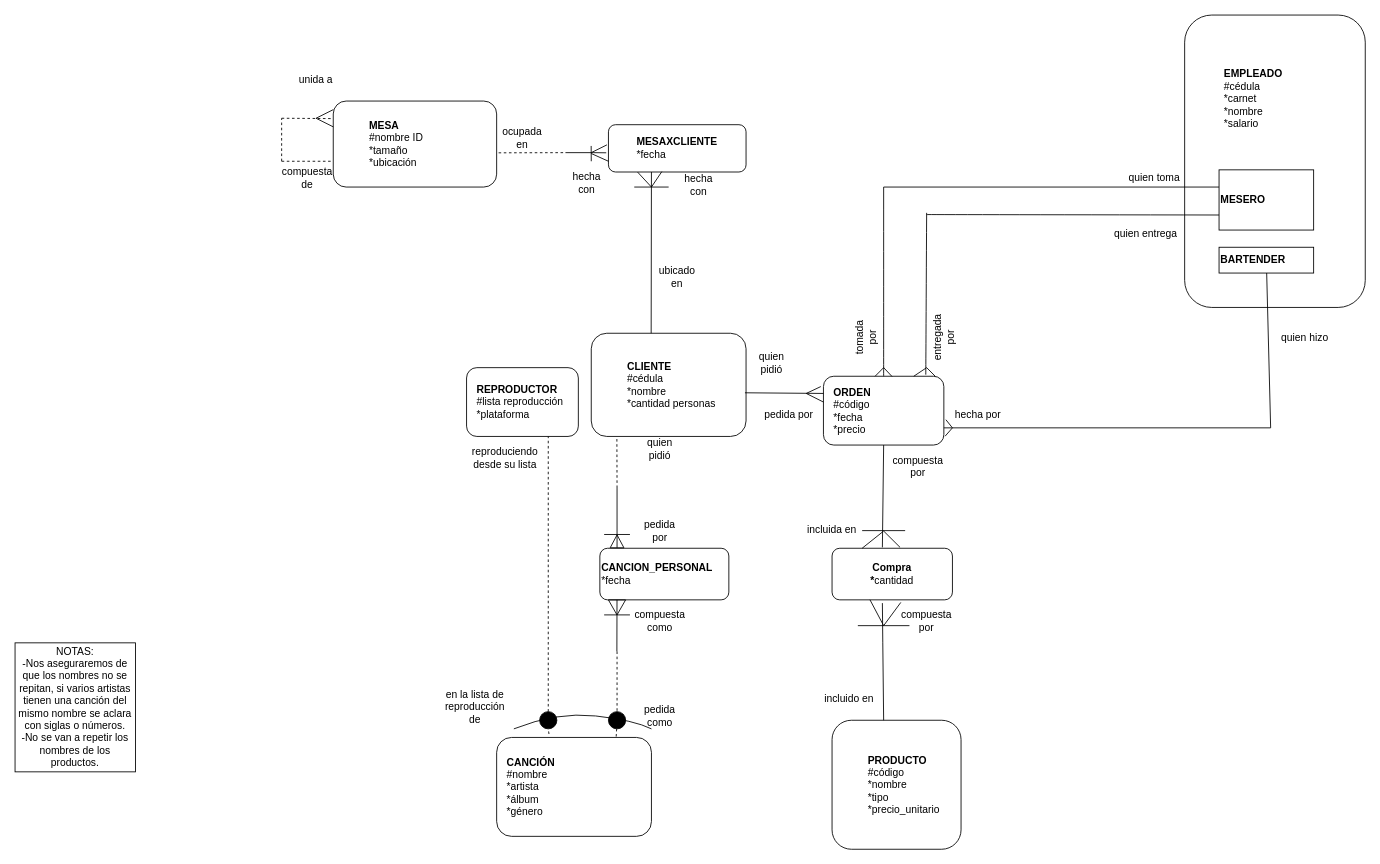
Above: Trabajo4/ModeloER.drawio in M1moreno/EntregasBD (draw.io), before the change. Source tidied: cells renumbered, new cells numbered last; positions are measured from the earlier drawing's top-left corner, leaving out a move shared by most shapes. Both pictures are drawn from the tidied source at 86%, with x=0, y=0 at pixel (15, 15). Pictures stored in the file or linked from it are replaced by grey dashed boxes.
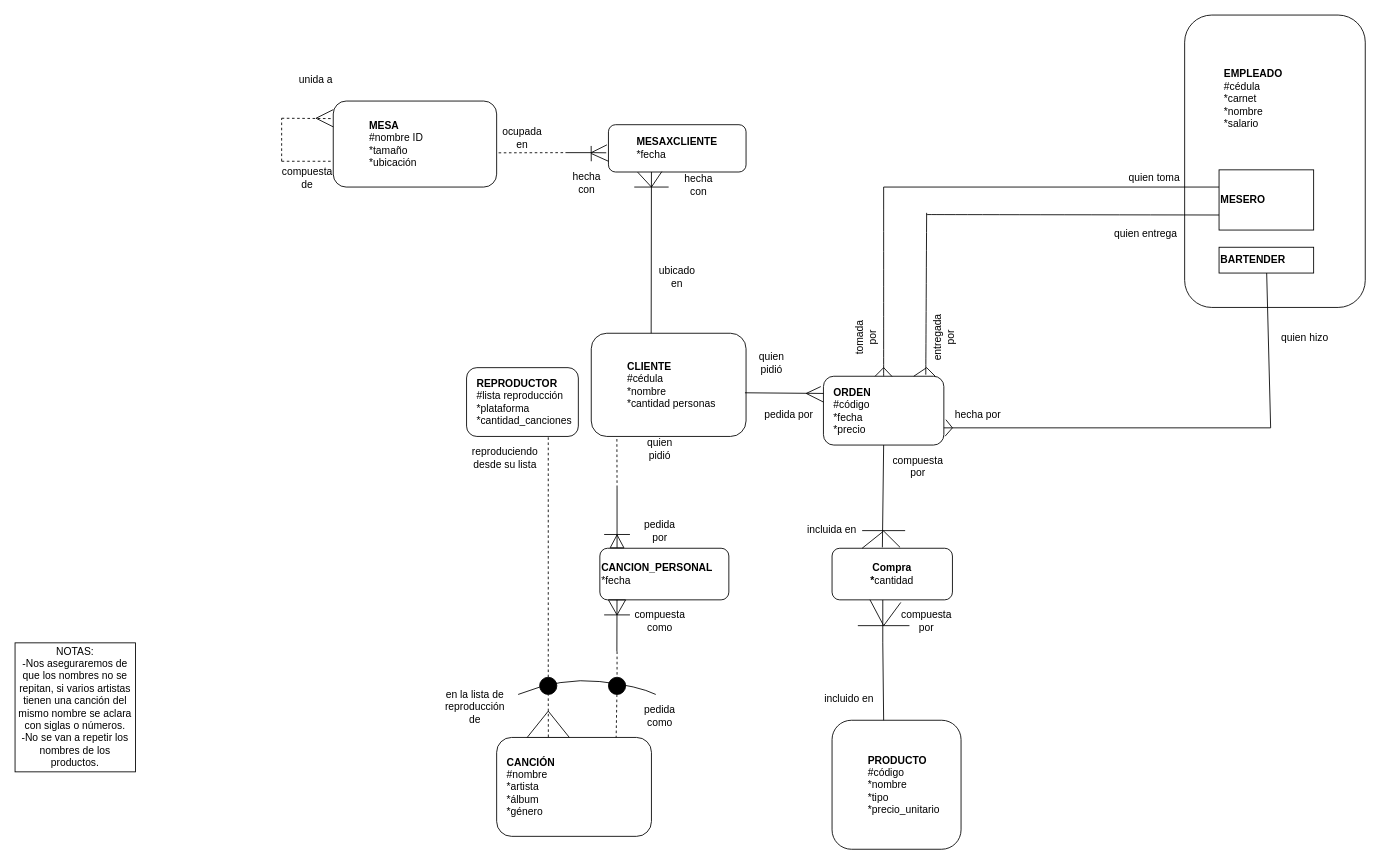
The same diagram, later.

The change refers to these unchanged cells:
```xml
<mxCell id="10" style="group;" parent="1" vertex="1">
  <mxGeometry x="525" y="410" width="130" height="80" as="geometry" />
</mxCell>
<mxCell id="17" style="rounded=1;whiteSpace=wrap;html=1;" parent="16" vertex="1">
  <mxGeometry width="180" height="115" as="geometry" />
</mxCell>
<mxCell id="68" value="&lt;b&gt;Compra&lt;br&gt;&lt;div style=&quot;text-align: left&quot;&gt;&lt;b&gt;*&lt;/b&gt;&lt;span style=&quot;font-weight: normal&quot;&gt;cantidad&lt;/span&gt;&lt;/div&gt;&lt;/b&gt;" style="rounded=1;whiteSpace=wrap;html=1;align=center;" parent="1" vertex="1">
  <mxGeometry x="950" y="620" width="140" height="60" as="geometry" />
</mxCell>
```

Diff of the diagram source:
```diff
@@
+    <mxCell id="99" style="triangle;whiteSpace=wrap;html=1;rotation=-90;fillColor=none;" parent="1" vertex="1">
+      <mxGeometry x="604.4" y="800" width="31.2" height="50" as="geometry" />
+    </mxCell>
@@
-    <mxCell id="12" value="&lt;b&gt;REPRODUCTOR&lt;/b&gt;&lt;br&gt;#lista reproducción&lt;br&gt;*plataforma" style="text;html=1;strokeColor=none;fillColor=none;align=left;verticalAlign=middle;whiteSpace=wrap;rounded=0;" parent="10" vertex="1">
+    <mxCell id="12" value="&lt;b&gt;REPRODUCTOR&lt;/b&gt;&lt;br&gt;#lista reproducción&lt;br&gt;*plataforma&lt;br&gt;*cantidad_canciones" style="text;html=1;strokeColor=none;fillColor=none;align=left;verticalAlign=middle;whiteSpace=wrap;rounded=0;" parent="10" vertex="1">
       <mxGeometry x="10" y="5" width="110" height="70" as="geometry" />
     </mxCell>
@@
-    <mxCell id="67" style="endArrow=none;html=1;rounded=0;entryX=0.418;entryY=1.063;entryDx=0;entryDy=0;entryPerimeter=0;" parent="1" edge="1" target="68">
+    <mxCell id="67" style="endArrow=none;html=1;rounded=0;" parent="1" edge="1">
       <mxGeometry relative="1" as="geometry">
         <mxPoint x="1010" y="820" as="sourcePoint" />
+        <mxPoint x="1009" y="680" as="targetPoint" />
         <Array as="points">
           <mxPoint x="1009" y="730" />
         </Array>
       </mxGeometry>
     </mxCell>
@@
     <mxCell id="82" style="curved=1;endArrow=none;html=1;rounded=0;endFill=0;" parent="1" edge="1">
       <mxGeometry relative="1" as="geometry">
-        <mxPoint x="580" y="830" as="sourcePoint" />
-        <mxPoint x="740" y="830" as="targetPoint" />
+        <mxPoint x="585" y="790" as="sourcePoint" />
+        <mxPoint x="745" y="790" as="targetPoint" />
         <Array as="points">
-          <mxPoint x="630" y="810" />
-          <mxPoint x="720" y="820" />
+          <mxPoint x="635" y="770" />
+          <mxPoint x="725" y="780" />
         </Array>
       </mxGeometry>
     </mxCell>
     <mxCell id="83" style="ellipse;whiteSpace=wrap;html=1;fillColor=#000000;" parent="1" vertex="1">
-      <mxGeometry x="610" y="810" width="20" height="20" as="geometry" />
+      <mxGeometry x="610" y="770" width="20" height="20" as="geometry" />
     </mxCell>
-    <mxCell id="84" style="endArrow=none;dashed=1;html=1;rounded=0;exitX=0.338;exitY=-0.035;exitDx=0;exitDy=0;exitPerimeter=0;" parent="1" edge="1" source="17" target="83">
+    <mxCell id="84" style="endArrow=none;dashed=1;html=1;rounded=0;exitX=0.334;exitY=-0.004;exitDx=0;exitDy=0;exitPerimeter=0;" parent="1" edge="1" source="17" target="83">
       <mxGeometry relative="1" as="geometry" />
     </mxCell>
     <mxCell id="85" style="ellipse;whiteSpace=wrap;html=1;fillColor=#000000;" parent="1" vertex="1">
-      <mxGeometry x="690" y="810" width="20" height="20" as="geometry" />
+      <mxGeometry x="690" y="770" width="20" height="20" as="geometry" />
     </mxCell>
```
